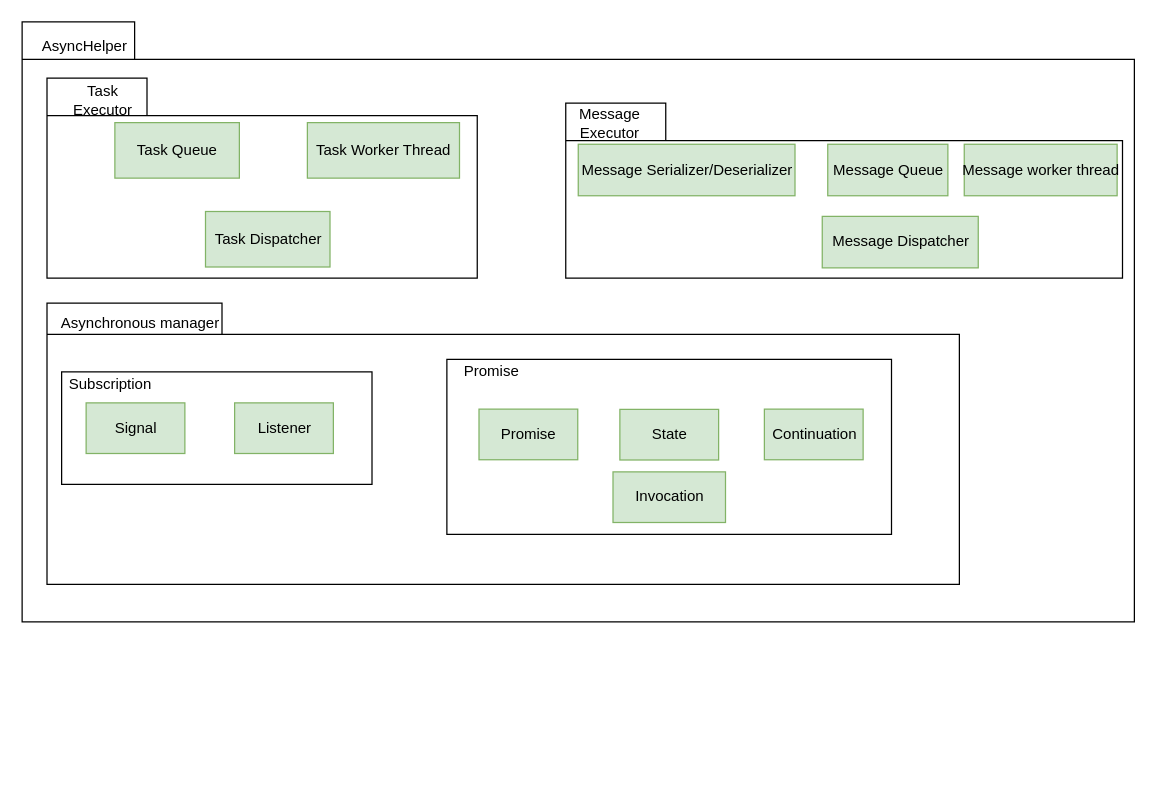
Before: page "asynhelper" (1 of 15) of doc/SA cert/Design/scalability.drawio in taikt/codefun, a draw.io diagram. Source tidied: cells renumbered, new cells numbered last; positions are measured from the earlier drawing's top-left corner, leaving out a move shared by most shapes. Both pictures are drawn from the tidied source at 125%, with x=0, y=0 at pixel (21, 21).
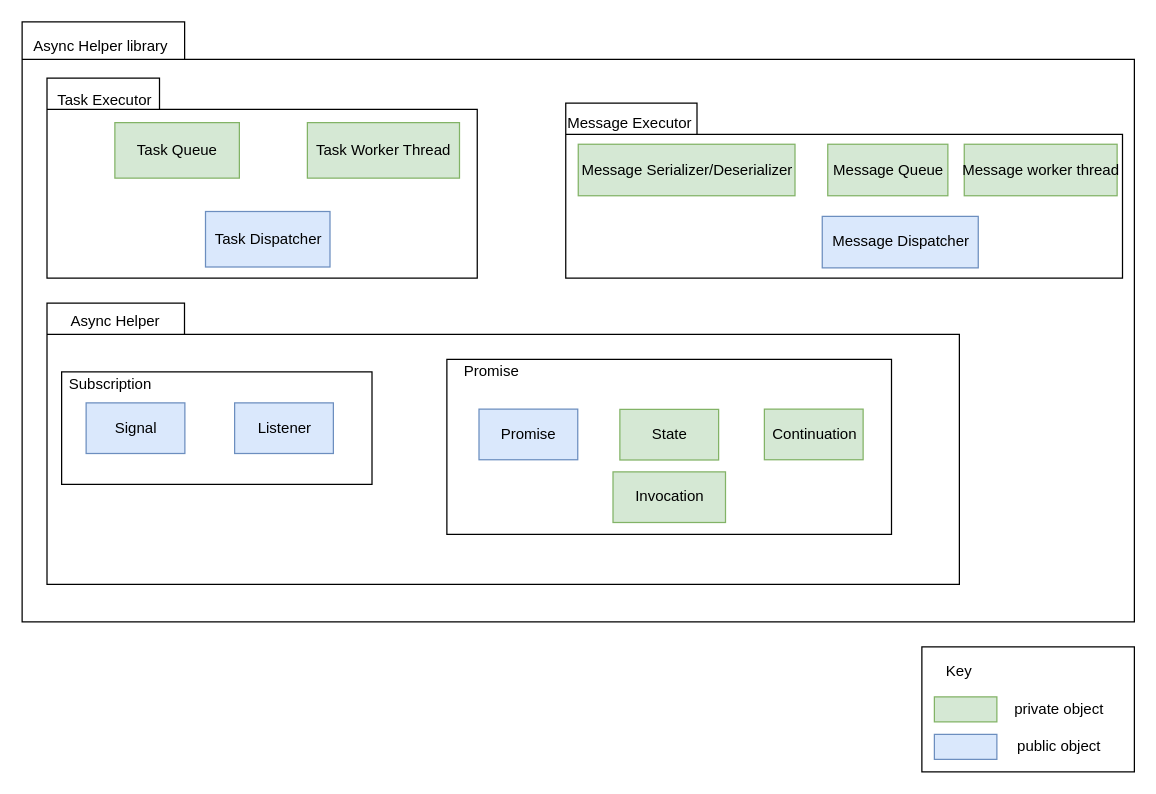
The same diagram, later.

Unchanged cells that the change refers to:
```xml
<mxCell id="4" style="group;" parent="1" vertex="1">
  <mxGeometry x="20.1" y="45" width="344.2" height="160" as="geometry" />
</mxCell>
<mxCell id="10" style="group;" parent="1" vertex="1">
  <mxGeometry x="435.1" y="65" width="445.4" height="140" as="geometry" />
</mxCell>
```

Diff of the diagram source:
```diff
@@
-    <mxCell id="2" style="shape=folder;fontStyle=1;tabWidth=90;tabHeight=30;tabPosition=left;html=1;boundedLbl=1;" parent="1" vertex="1">
+    <mxCell id="2" style="shape=folder;fontStyle=1;tabWidth=130;tabHeight=30;tabPosition=left;html=1;boundedLbl=1;" parent="1" vertex="1">
       <mxGeometry x="0.2" width="889.8" height="480" as="geometry" />
     </mxCell>
-    <mxCell id="3" value="AsyncHelper" style="text;html=1;strokeColor=none;fillColor=none;align=center;verticalAlign=middle;whiteSpace=wrap;rounded=0;" parent="1" vertex="1">
-      <mxGeometry x="30.2" y="10" width="40.5" height="20" as="geometry" />
+    <mxCell id="3" value="Async Helper library&amp;nbsp;" style="text;html=1;strokeColor=none;fillColor=none;align=center;verticalAlign=middle;whiteSpace=wrap;rounded=0;" parent="1" vertex="1">
+      <mxGeometry x="0.2" y="10" width="129.8" height="20" as="geometry" />
     </mxCell>
@@
-    <mxCell id="5" style="shape=folder;fontStyle=1;tabWidth=80;tabHeight=30;tabPosition=left;html=1;boundedLbl=1;" parent="4" vertex="1">
+    <mxCell id="5" style="shape=folder;fontStyle=1;tabWidth=90;tabHeight=25;tabPosition=left;html=1;boundedLbl=1;" parent="4" vertex="1">
       <mxGeometry width="344.2" height="160" as="geometry" />
     </mxCell>
     <mxCell id="6" value="Task Executor" style="text;html=1;strokeColor=none;fillColor=none;align=center;verticalAlign=middle;whiteSpace=wrap;rounded=0;" parent="4" vertex="1">
-      <mxGeometry x="27.2" y="8.9" width="36.2" height="17.8" as="geometry" />
+      <mxGeometry y="8.9" width="92.8" height="17.8" as="geometry" />
     </mxCell>
@@
-    <mxCell id="8" value="Task Dispatcher" style="html=1;fillColor=#d5e8d4;strokeColor=#82b366;" parent="4" vertex="1">
+    <mxCell id="8" value="Task Dispatcher" style="html=1;fillColor=#dae8fc;strokeColor=#6c8ebf;" parent="4" vertex="1">
       <mxGeometry x="126.8" y="106.7" width="99.6" height="44.4" as="geometry" />
     </mxCell>
@@
-    <mxCell id="11" style="shape=folder;fontStyle=1;tabWidth=80;tabHeight=30;tabPosition=left;html=1;boundedLbl=1;" parent="10" vertex="1">
+    <mxCell id="11" style="shape=folder;fontStyle=1;tabWidth=105;tabHeight=25;tabPosition=left;html=1;boundedLbl=1;" parent="10" vertex="1">
       <mxGeometry width="445.4" height="140" as="geometry" />
     </mxCell>
     <mxCell id="12" value="Message Executor" style="text;html=1;strokeColor=none;fillColor=none;align=center;verticalAlign=middle;whiteSpace=wrap;rounded=0;" parent="10" vertex="1">
-      <mxGeometry x="17.5" y="8.2" width="34.9" height="16.5" as="geometry" />
+      <mxGeometry y="8.2" width="102.5" height="16.5" as="geometry" />
     </mxCell>
@@
-    <mxCell id="14" value="Message Dispatcher" style="html=1;fillColor=#d5e8d4;strokeColor=#82b366;" parent="10" vertex="1">
+    <mxCell id="14" value="Message Dispatcher" style="html=1;fillColor=#dae8fc;strokeColor=#6c8ebf;" parent="10" vertex="1">
       <mxGeometry x="205.2" y="90.6" width="124.8" height="41.2" as="geometry" />
     </mxCell>
@@
-    <mxCell id="17" style="shape=folder;fontStyle=1;tabWidth=140;tabHeight=25;tabPosition=left;html=1;boundedLbl=1;" parent="1" vertex="1">
+    <mxCell id="17" style="shape=folder;fontStyle=1;tabWidth=110;tabHeight=25;tabPosition=left;html=1;boundedLbl=1;" parent="1" vertex="1">
       <mxGeometry x="20.1" y="225" width="729.9" height="225" as="geometry" />
     </mxCell>
-    <mxCell id="18" value="Asynchronous manager" style="text;html=1;strokeColor=none;fillColor=none;align=center;verticalAlign=middle;whiteSpace=wrap;rounded=0;" parent="1" vertex="1">
-      <mxGeometry x="20.1" y="233.1" width="150" height="16.2" as="geometry" />
+    <mxCell id="18" value="Async Helper" style="text;html=1;strokeColor=none;fillColor=none;align=center;verticalAlign=middle;whiteSpace=wrap;rounded=0;" parent="1" vertex="1">
+      <mxGeometry x="30" y="231.9" width="90" height="16.2" as="geometry" />
     </mxCell>
@@
-    <mxCell id="21" value="Signal" style="html=1;fillColor=#d5e8d4;strokeColor=#82b366;" parent="1" vertex="1">
+    <mxCell id="21" value="Signal" style="html=1;fillColor=#dae8fc;strokeColor=#6c8ebf;" parent="1" vertex="1">
       <mxGeometry x="51.4" y="304.8" width="79" height="40.5" as="geometry" />
     </mxCell>
-    <mxCell id="22" value="Listener" style="html=1;fillColor=#d5e8d4;strokeColor=#82b366;" parent="1" vertex="1">
+    <mxCell id="22" value="Listener" style="html=1;fillColor=#dae8fc;strokeColor=#6c8ebf;" parent="1" vertex="1">
       <mxGeometry x="170.2" y="304.8" width="79" height="40.5" as="geometry" />
     </mxCell>
@@
-    <mxCell id="24" value="Promise" style="html=1;fillColor=#d5e8d4;strokeColor=#82b366;" parent="1" vertex="1">
+    <mxCell id="24" value="Promise" style="html=1;fillColor=#dae8fc;strokeColor=#6c8ebf;" parent="1" vertex="1">
       <mxGeometry x="365.7" y="309.8" width="79" height="40.5" as="geometry" />
     </mxCell>
@@
+    <mxCell id="29" style="rounded=0;whiteSpace=wrap;html=1;" parent="1" vertex="1">
+      <mxGeometry x="720" y="500" width="170" height="100" as="geometry" />
+    </mxCell>
+    <mxCell id="30" value="Key" style="text;html=1;strokeColor=none;fillColor=none;align=center;verticalAlign=middle;whiteSpace=wrap;rounded=0;" parent="1" vertex="1">
+      <mxGeometry x="730" y="510" width="40" height="20" as="geometry" />
+    </mxCell>
+    <mxCell id="31" style="rounded=0;whiteSpace=wrap;html=1;fillColor=#d5e8d4;strokeColor=#82b366;" parent="1" vertex="1">
+      <mxGeometry x="730" y="540" width="50" height="20" as="geometry" />
+    </mxCell>
+    <mxCell id="32" style="rounded=0;whiteSpace=wrap;html=1;fillColor=#dae8fc;strokeColor=#6c8ebf;" parent="1" vertex="1">
+      <mxGeometry x="730" y="570" width="50" height="20" as="geometry" />
+    </mxCell>
+    <mxCell id="33" value="private object" style="text;html=1;strokeColor=none;fillColor=none;align=center;verticalAlign=middle;whiteSpace=wrap;rounded=0;" parent="1" vertex="1">
+      <mxGeometry x="790" y="540" width="80" height="20" as="geometry" />
+    </mxCell>
+    <mxCell id="34" value="public object" style="text;html=1;strokeColor=none;fillColor=none;align=center;verticalAlign=middle;whiteSpace=wrap;rounded=0;" parent="1" vertex="1">
+      <mxGeometry x="790" y="570" width="80" height="20" as="geometry" />
+    </mxCell>
```
